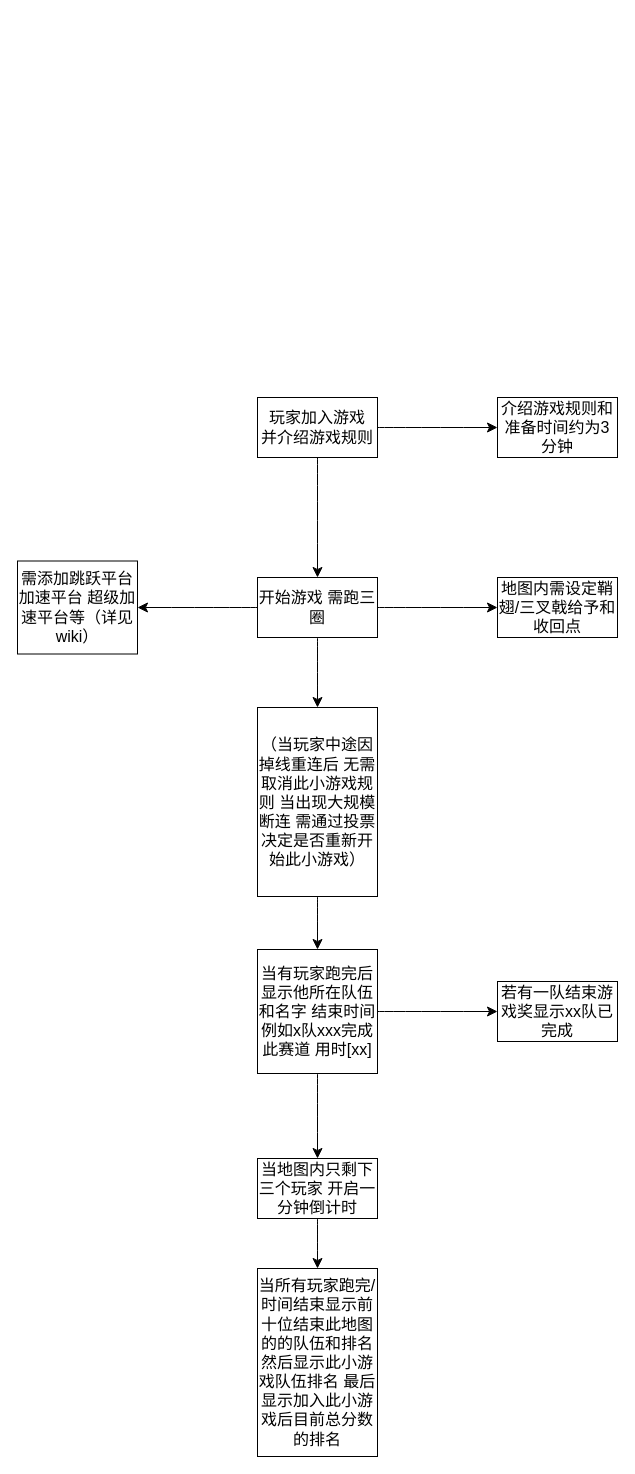
nothing-championship/what-it-this keeps this draw.io diagram as 小游戏/acerace.drawio. Above is the earlier version. Source tidied: cells renumbered, new cells numbered last; positions are measured from the earlier drawing's top-left corner, leaving out a move shared by most shapes. Both pictures are drawn from the tidied source at 100%, with x=0, y=0 at pixel (17, 397).
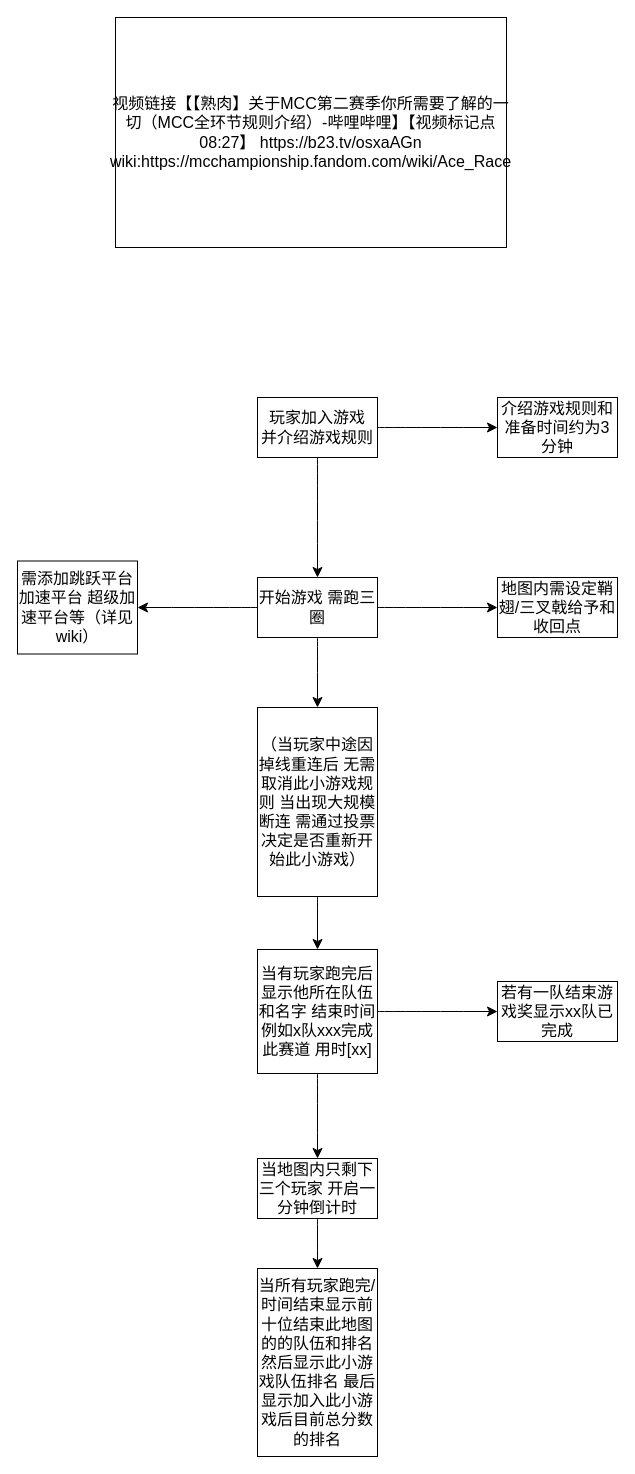
After the change.

The edit, as a diff of the source:
```diff
@@
+    <mxCell id="21" value="视频链接【【熟肉】关于MCC第二赛季你所需要了解的一切（MCC全环节规则介绍）-哔哩哔哩】【视频标记点 08:27】 https://b23.tv/osxaAGn&lt;br&gt;wiki:https://mcchampionship.fandom.com/wiki/Ace_Race" style="whiteSpace=wrap;html=1;fontSize=16;" parent="1" vertex="1">
+      <mxGeometry x="98" y="-380" width="391" height="230" as="geometry" />
+    </mxCell>
```
